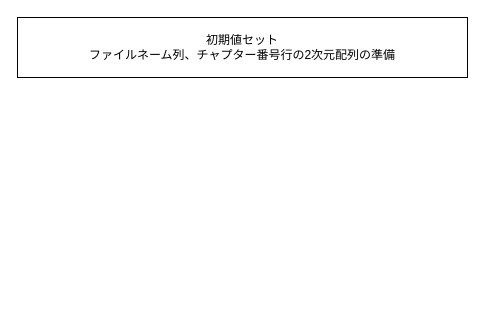
Earlier version of the draw.io diagram 名称未設定ファイル.drawio (firefly0314/GPPY). Source tidied: cells renumbered, new cells numbered last; positions are measured from the earlier drawing's top-left corner, leaving out a move shared by most shapes. Both pictures are drawn from the tidied source at 100%, with x=0, y=0 at pixel (17, 17).
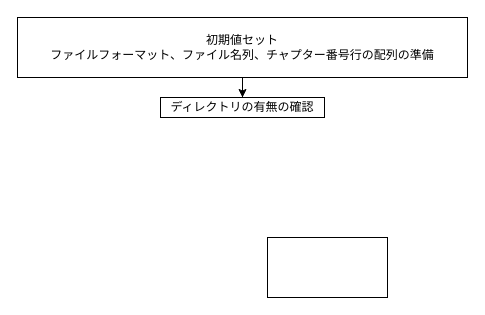
The same page after the edit.

Commit message:
名称未設定ファイル.drawio を更新します

Diff of the diagram source:
```diff
@@
 <mxGraphModel>
   <root>
     <mxCell id="0" />
     <mxCell id="1" parent="0" />
+    <mxCell id="3" style="edgeStyle=orthogonalEdgeStyle;rounded=0;jettySize=auto;html=1;entryX=0.5;entryY=0;entryDx=0;entryDy=0;" parent="1" edge="1" source="2" target="4">
+      <mxGeometry relative="1" as="geometry" />
+    </mxCell>
-    <mxCell id="2" value="初期値セット&lt;br&gt;ファイルネーム列、チャプター番号行の2次元配列の準備" style="rounded=0;whiteSpace=wrap;html=1;" parent="1" vertex="1">
+    <mxCell id="2" value="初期値セット&lt;br&gt;ファイルフォーマット、ファイル名列、チャプター番号行の配列の準備" style="rounded=0;whiteSpace=wrap;html=1;" parent="1" vertex="1">
       <mxGeometry width="450" height="60" as="geometry" />
     </mxCell>
+    <mxCell id="4" value="ディレクトリの有無の確認" style="rounded=0;whiteSpace=wrap;html=1;" parent="1" vertex="1">
+      <mxGeometry x="143" y="80" width="164" height="20" as="geometry" />
+    </mxCell>
+    <mxCell id="5" style="rounded=0;whiteSpace=wrap;html=1;" parent="1" vertex="1">
+      <mxGeometry x="250" y="220" width="120" height="60" as="geometry" />
+    </mxCell>
   </root>
 </mxGraphModel>
```
